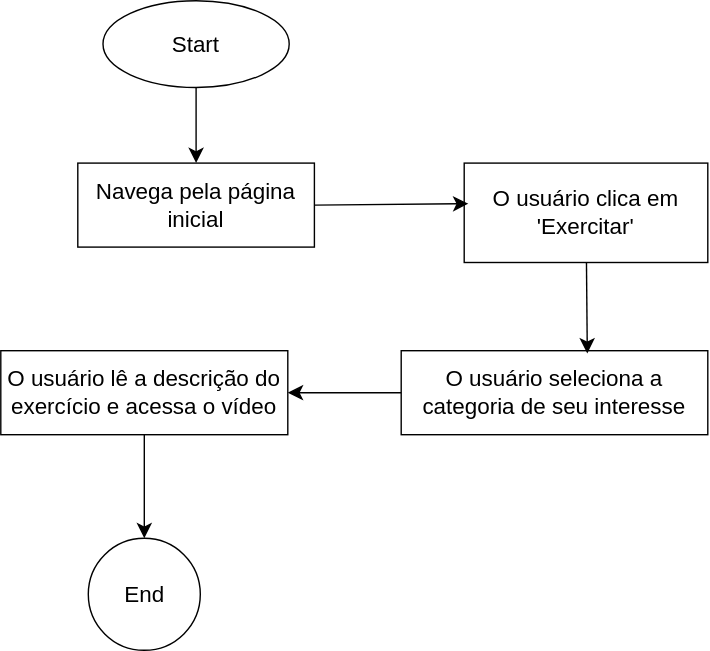
Above: docs/img/CT01.svg in ICEI-PUC-Minas-PMV-SI/pmv-si-2023-2-pe1-t2-senectus (draw.io), before the change. Source tidied: cells renumbered, new cells last; positions are measured from the earlier drawing's top-left corner, leaving out a move shared by most shapes.
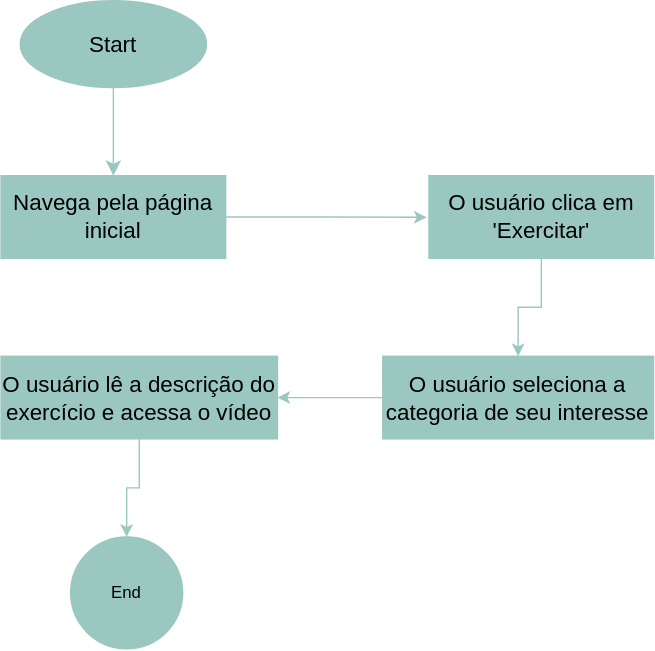
After the commit.

The edit, as a diff of the source:
```diff
@@ -2,38 +2,40 @@
   <root>
     <mxCell id="0" />
     <mxCell id="1" parent="0" />
-    <mxCell id="2" style="edgeStyle=none;curved=1;rounded=0;jettySize=auto;html=1;exitX=0.5;exitY=1;exitDx=0;exitDy=0;fontSize=12;startSize=8;endSize=8;" parent="1" edge="1" source="3" target="4">
+    <mxCell id="2" style="edgeStyle=none;curved=1;rounded=0;jettySize=auto;html=1;fontSize=12;startSize=8;endSize=8;fillColor=#9AC7BF;strokeColor=#9AC7BF;" parent="1" edge="1" source="3" target="4">
       <mxGeometry relative="1" as="geometry" />
     </mxCell>
-    <mxCell id="3" value="Start" style="ellipse;whiteSpace=wrap;html=1;fontSize=16;" parent="1" vertex="1">
-      <mxGeometry x="73" width="133" height="62" as="geometry" />
+    <mxCell id="3" value="Start" style="ellipse;whiteSpace=wrap;html=1;fontSize=16;fillColor=#9AC7BF;strokeColor=#9AC7BF;" parent="1" vertex="1">
+      <mxGeometry x="-95" y="153" width="133" height="62" as="geometry" />
     </mxCell>
+    <mxCell id="13" style="edgeStyle=orthogonalEdgeStyle;rounded=0;jettySize=auto;html=1;exitX=1;exitY=0.5;exitDx=0;exitDy=0;fillColor=#9AC7BF;strokeColor=#9AC7BF;" parent="1" edge="1" source="4">
+      <mxGeometry relative="1" as="geometry">
+        <mxPoint x="195.3" y="307.7" as="targetPoint" />
+      </mxGeometry>
+    </mxCell>
-    <mxCell id="4" value="Navega pela página inicial" style="rounded=0;whiteSpace=wrap;html=1;fontSize=16;" parent="1" vertex="1">
-      <mxGeometry x="55" y="116" width="169" height="60" as="geometry" />
+    <mxCell id="4" value="Navega pela página inicial" style="rounded=0;whiteSpace=wrap;html=1;fontSize=16;fillColor=#9AC7BF;strokeColor=#9AC7BF;" parent="1" vertex="1">
+      <mxGeometry x="-108.8" y="278" width="160.5" height="59" as="geometry" />
     </mxCell>
+    <mxCell id="12" value="End" style="ellipse;whiteSpace=wrap;html=1;fillColor=#9AC7BF;strokeColor=#9AC7BF;" parent="1" vertex="1">
+      <mxGeometry x="-59" y="536" width="80" height="80" as="geometry" />
+    </mxCell>
+    <mxCell id="11" style="edgeStyle=orthogonalEdgeStyle;rounded=0;jettySize=auto;html=1;fillColor=#9AC7BF;strokeColor=#9AC7BF;" parent="1" edge="1" source="5" target="7">
+      <mxGeometry relative="1" as="geometry" />
+    </mxCell>
-    <mxCell id="5" value="O usuário clica em 'Exercitar'" style="rounded=0;whiteSpace=wrap;html=1;fontSize=16;" parent="1" vertex="1">
-      <mxGeometry x="331" y="116" width="174" height="71" as="geometry" />
+    <mxCell id="5" value="O usuário clica em&lt;br&gt;'Exercitar'" style="rounded=0;whiteSpace=wrap;html=1;fontSize=16;fillColor=#9AC7BF;strokeColor=#9AC7BF;" parent="1" vertex="1">
+      <mxGeometry x="197" y="278" width="160.5" height="59" as="geometry" />
     </mxCell>
-    <mxCell id="6" style="edgeStyle=none;curved=1;rounded=0;jettySize=auto;html=1;entryX=1;entryY=0.5;entryDx=0;entryDy=0;fontSize=12;startSize=8;endSize=8;" parent="1" edge="1" source="7" target="9">
+    <mxCell id="6" style="edgeStyle=orthogonalEdgeStyle;rounded=0;jettySize=auto;html=1;fillColor=#9AC7BF;strokeColor=#9AC7BF;" parent="1" edge="1" source="7" target="9">
       <mxGeometry relative="1" as="geometry" />
     </mxCell>
-    <mxCell id="7" value="O usuário seleciona a categoria de seu interesse" style="rounded=0;whiteSpace=wrap;html=1;fontSize=16;" parent="1" vertex="1">
-      <mxGeometry x="286" y="250" width="219" height="60" as="geometry" />
+    <mxCell id="7" value="O usuário seleciona a categoria de seu interesse" style="rounded=0;whiteSpace=wrap;html=1;fontSize=16;fillColor=#9AC7BF;strokeColor=#9AC7BF;" parent="1" vertex="1">
+      <mxGeometry x="164" y="407" width="193.5" height="59" as="geometry" />
     </mxCell>
-    <mxCell id="8" style="edgeStyle=none;curved=1;rounded=0;jettySize=auto;html=1;fontSize=12;startSize=8;endSize=8;" parent="1" edge="1" source="9" target="12">
+    <mxCell id="8" style="edgeStyle=orthogonalEdgeStyle;rounded=0;jettySize=auto;html=1;fillColor=#9AC7BF;strokeColor=#9AC7BF;" parent="1" edge="1" source="9" target="12">
       <mxGeometry relative="1" as="geometry" />
     </mxCell>
-    <mxCell id="9" value="O usuário lê a descrição do exercício e acessa o vídeo" style="rounded=0;whiteSpace=wrap;html=1;fontSize=16;" parent="1" vertex="1">
-      <mxGeometry y="250" width="205" height="60" as="geometry" />
+    <mxCell id="9" value="O usuário lê a descrição do exercício e acessa o vídeo" style="rounded=0;whiteSpace=wrap;html=1;fontSize=16;fillColor=#9AC7BF;strokeColor=#9AC7BF;" parent="1" vertex="1">
+      <mxGeometry x="-108.8" y="407" width="197.5" height="59" as="geometry" />
     </mxCell>
-    <mxCell id="10" style="edgeStyle=none;curved=1;rounded=0;jettySize=auto;html=1;exitX=1;exitY=0.5;exitDx=0;exitDy=0;entryX=0.017;entryY=0.408;entryDx=0;entryDy=0;entryPerimeter=0;fontSize=12;startSize=8;endSize=8;" parent="1" edge="1" source="4" target="5">
-      <mxGeometry relative="1" as="geometry" />
-    </mxCell>
-    <mxCell id="11" style="edgeStyle=none;curved=1;rounded=0;jettySize=auto;html=1;entryX=0.607;entryY=0.033;entryDx=0;entryDy=0;entryPerimeter=0;fontSize=12;startSize=8;endSize=8;" parent="1" edge="1" source="5" target="7">
-      <mxGeometry relative="1" as="geometry" />
-    </mxCell>
-    <mxCell id="12" value="End" style="ellipse;whiteSpace=wrap;html=1;fontSize=16;" parent="1" vertex="1">
-      <mxGeometry x="62.5" y="384" width="80" height="80" as="geometry" />
-    </mxCell>
   </root>
 </mxGraphModel>
```
